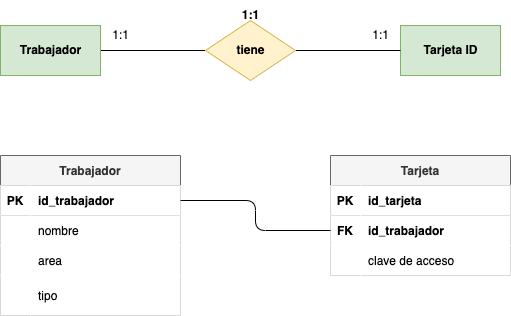
deylansystem/actividadesBAE keeps this draw.io diagram as tareas/tarea-3/images/ejercicio3.drawio.png. Above is the earlier version. Source tidied: cells renumbered, new cells last; positions are measured from the earlier drawing's top-left corner, leaving out a move shared by most shapes. Source of this version:
```xml
<mxGraphModel>
  <root>
    <mxCell id="0" />
    <mxCell id="1" parent="0" />
    <mxCell id="2" style="edgeStyle=none;html=1;exitX=1;exitY=0.5;exitDx=0;exitDy=0;entryX=0;entryY=0.5;entryDx=0;entryDy=0;endArrow=none;endFill=0;" parent="1" edge="1" source="3" target="6">
      <mxGeometry relative="1" as="geometry" />
    </mxCell>
    <mxCell id="3" value="&lt;b&gt;&lt;font color=&quot;#000000&quot;&gt;Trabajador&lt;/font&gt;&lt;/b&gt;" style="html=1;dashed=0;whitespace=wrap;fillColor=#d5e8d4;strokeColor=#82b366;" parent="1" vertex="1">
      <mxGeometry y="25" width="100" height="50" as="geometry" />
    </mxCell>
    <mxCell id="4" value="&lt;b&gt;&lt;font color=&quot;#000000&quot;&gt;Tarjeta ID&lt;/font&gt;&lt;/b&gt;" style="html=1;dashed=0;whitespace=wrap;fillColor=#d5e8d4;strokeColor=#82b366;" parent="1" vertex="1">
      <mxGeometry x="400" y="25" width="100" height="50" as="geometry" />
    </mxCell>
    <mxCell id="5" style="edgeStyle=none;html=1;exitX=1;exitY=0.5;exitDx=0;exitDy=0;entryX=0;entryY=0.5;entryDx=0;entryDy=0;endArrow=none;endFill=0;" parent="1" edge="1" source="6" target="4">
      <mxGeometry relative="1" as="geometry" />
    </mxCell>
    <mxCell id="6" value="&lt;font color=&quot;#000000&quot;&gt;&lt;b&gt;tiene&lt;/b&gt;&lt;/font&gt;" style="shape=rhombus;html=1;dashed=0;whitespace=wrap;perimeter=rhombusPerimeter;fillColor=#fff2cc;strokeColor=#d6b656;" parent="1" vertex="1">
      <mxGeometry x="205" y="20" width="90" height="60" as="geometry" />
    </mxCell>
    <mxCell id="7" value="&lt;b&gt;1:1&lt;/b&gt;" style="text;html=1;align=center;verticalAlign=middle;strokeColor=none;fillColor=none;" parent="1" vertex="1">
      <mxGeometry x="230" width="40" height="30" as="geometry" />
    </mxCell>
    <mxCell id="8" value="1:1" style="text;html=1;align=center;verticalAlign=middle;strokeColor=none;fillColor=none;" parent="1" vertex="1">
      <mxGeometry x="100" y="20" width="40" height="30" as="geometry" />
    </mxCell>
    <mxCell id="9" value="1:1" style="text;html=1;align=center;verticalAlign=middle;strokeColor=none;fillColor=none;" parent="1" vertex="1">
      <mxGeometry x="360" y="20" width="40" height="30" as="geometry" />
    </mxCell>
    <mxCell id="10" value="Trabajador" style="shape=table;startSize=30;rowLines=0;fontStyle=1;align=center;fillColor=#f5f5f5;strokeColor=#666666;fontColor=#333333;" parent="1" vertex="1">
      <mxGeometry y="155" width="180" height="160" as="geometry" />
    </mxCell>
    <mxCell id="11" style="shape=tableRow;horizontal=0;startSize=0;swimlaneHead=0;swimlaneBody=0;fillColor=#FFFFFF;points=[[0,0.5],[1,0.5]];portConstraint=eastwest;top=0;left=0;right=0;bottom=1;fontColor=#000000;" parent="10" vertex="1">
      <mxGeometry y="30" width="180" height="30" as="geometry" />
    </mxCell>
    <mxCell id="12" value="PK" style="shape=partialRectangle;fillColor=#FFFFFF;top=0;left=0;bottom=0;right=0;fontStyle=1;overflow=hidden;fontColor=#000000;" parent="11" vertex="1">
      <mxGeometry width="30" height="30" as="geometry" />
    </mxCell>
    <mxCell id="13" value="id_trabajador" style="shape=partialRectangle;fillColor=#FFFFFF;top=0;left=0;bottom=0;right=0;align=left;spacingLeft=6;fontStyle=1;overflow=hidden;fontColor=#000000;" parent="11" vertex="1">
      <mxGeometry x="30" width="150" height="30" as="geometry" />
    </mxCell>
    <mxCell id="14" style="shape=tableRow;horizontal=0;startSize=0;swimlaneHead=0;swimlaneBody=0;fillColor=#FFFFFF;top=0;left=0;right=0;bottom=0;fontColor=#000000;" parent="10" vertex="1">
      <mxGeometry y="60" width="180" height="30" as="geometry" />
    </mxCell>
    <mxCell id="15" style="shape=partialRectangle;fillColor=#FFFFFF;top=0;left=0;bottom=0;right=0;overflow=hidden;fontColor=#000000;" parent="14" vertex="1">
      <mxGeometry width="30" height="30" as="geometry" />
    </mxCell>
    <mxCell id="16" value="nombre" style="shape=partialRectangle;fillColor=#FFFFFF;top=0;left=0;bottom=0;right=0;align=left;spacingLeft=6;overflow=hidden;fontColor=#000000;" parent="14" vertex="1">
      <mxGeometry x="30" width="150" height="30" as="geometry" />
    </mxCell>
    <mxCell id="17" style="shape=tableRow;horizontal=0;startSize=0;swimlaneHead=0;swimlaneBody=0;fillColor=#FFFFFF;top=0;left=0;right=0;bottom=0;fontColor=#000000;" parent="10" vertex="1">
      <mxGeometry y="90" width="180" height="30" as="geometry" />
    </mxCell>
    <mxCell id="18" style="shape=partialRectangle;fillColor=#FFFFFF;top=0;left=0;bottom=0;right=0;overflow=hidden;fontColor=#000000;" parent="17" vertex="1">
      <mxGeometry width="30" height="30" as="geometry" />
    </mxCell>
    <mxCell id="19" value="area" style="shape=partialRectangle;fillColor=#FFFFFF;top=0;left=0;bottom=0;right=0;align=left;spacingLeft=6;overflow=hidden;fontColor=#000000;" parent="17" vertex="1">
      <mxGeometry x="30" width="150" height="30" as="geometry" />
    </mxCell>
    <mxCell id="20" style="shape=tableRow;horizontal=0;startSize=0;swimlaneHead=0;swimlaneBody=0;fillColor=#FFFFFF;top=0;left=0;right=0;bottom=0;fontColor=#000000;" parent="10" vertex="1">
      <mxGeometry y="120" width="180" height="40" as="geometry" />
    </mxCell>
    <mxCell id="21" style="shape=partialRectangle;fillColor=#FFFFFF;top=0;left=0;bottom=0;right=0;overflow=hidden;fontColor=#000000;" parent="20" vertex="1">
      <mxGeometry width="30" height="40" as="geometry" />
    </mxCell>
    <mxCell id="22" value="tipo" style="shape=partialRectangle;fillColor=#FFFFFF;top=0;left=0;bottom=0;right=0;align=left;spacingLeft=6;overflow=hidden;fontColor=#000000;" parent="20" vertex="1">
      <mxGeometry x="30" width="150" height="40" as="geometry" />
    </mxCell>
    <mxCell id="23" value="Tarjeta" style="shape=table;startSize=30;rowLines=0;fontStyle=1;align=center;fontColor=#333333;fillColor=#f5f5f5;strokeColor=#666666;" parent="1" vertex="1">
      <mxGeometry x="330" y="155" width="180" height="120" as="geometry" />
    </mxCell>
    <mxCell id="24" style="shape=tableRow;horizontal=0;startSize=0;swimlaneHead=0;swimlaneBody=0;fillColor=#FFFFFF;top=0;left=0;right=0;bottom=1;fontColor=#000000;" parent="23" vertex="1">
      <mxGeometry y="30" width="180" height="30" as="geometry" />
    </mxCell>
    <mxCell id="25" value="PK" style="shape=partialRectangle;fillColor=#FFFFFF;top=0;left=0;bottom=0;right=0;fontStyle=1;overflow=hidden;fontColor=#000000;" parent="24" vertex="1">
      <mxGeometry width="30" height="30" as="geometry" />
    </mxCell>
    <mxCell id="26" value="id_tarjeta" style="shape=partialRectangle;fillColor=#FFFFFF;top=0;left=0;bottom=0;right=0;align=left;spacingLeft=6;fontStyle=1;overflow=hidden;fontColor=#000000;" parent="24" vertex="1">
      <mxGeometry x="30" width="150" height="30" as="geometry" />
    </mxCell>
    <mxCell id="27" style="shape=tableRow;horizontal=0;startSize=0;swimlaneHead=0;swimlaneBody=0;fillColor=#FFFFFF;points=[[0,0.5],[1,0.5]];portConstraint=eastwest;top=0;left=0;right=0;bottom=0;fontColor=#000000;" parent="23" vertex="1">
      <mxGeometry y="60" width="180" height="30" as="geometry" />
    </mxCell>
    <mxCell id="28" value="FK" style="shape=partialRectangle;fillColor=#FFFFFF;top=0;left=0;bottom=0;right=0;overflow=hidden;fontColor=#000000;fontStyle=1;" parent="27" vertex="1">
      <mxGeometry width="30" height="30" as="geometry" />
    </mxCell>
    <mxCell id="29" value="id_trabajador" style="shape=partialRectangle;fillColor=#FFFFFF;top=0;left=0;bottom=0;right=0;align=left;spacingLeft=6;overflow=hidden;fontColor=#000000;fontStyle=1;" parent="27" vertex="1">
      <mxGeometry x="30" width="150" height="30" as="geometry" />
    </mxCell>
    <mxCell id="30" style="shape=tableRow;horizontal=0;startSize=0;swimlaneHead=0;swimlaneBody=0;fillColor=#FFFFFF;top=0;left=0;right=0;bottom=0;fontColor=#000000;" parent="23" vertex="1">
      <mxGeometry y="90" width="180" height="30" as="geometry" />
    </mxCell>
    <mxCell id="31" style="shape=partialRectangle;fillColor=#FFFFFF;top=0;left=0;bottom=0;right=0;overflow=hidden;fontColor=#000000;" parent="30" vertex="1">
      <mxGeometry width="30" height="30" as="geometry" />
    </mxCell>
    <mxCell id="32" value="clave de acceso" style="shape=partialRectangle;fillColor=#FFFFFF;top=0;left=0;bottom=0;right=0;align=left;spacingLeft=6;overflow=hidden;fontColor=#000000;" parent="30" vertex="1">
      <mxGeometry x="30" width="150" height="30" as="geometry" />
    </mxCell>
    <mxCell id="33" style="edgeStyle=orthogonalEdgeStyle;html=1;exitX=1;exitY=0.5;exitDx=0;exitDy=0;entryX=0;entryY=0.5;entryDx=0;entryDy=0;fontColor=#000000;endArrow=none;endFill=0;" parent="1" edge="1" source="11" target="27">
      <mxGeometry relative="1" as="geometry" />
    </mxCell>
  </root>
</mxGraphModel>
```
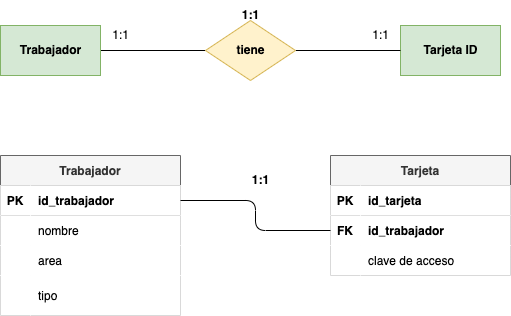
The same file after the commit.

The edit, as a diff of the source:
```diff
@@ -98,5 +98,8 @@
     <mxCell id="33" style="edgeStyle=orthogonalEdgeStyle;html=1;exitX=1;exitY=0.5;exitDx=0;exitDy=0;entryX=0;entryY=0.5;entryDx=0;entryDy=0;fontColor=#000000;endArrow=none;endFill=0;" parent="1" edge="1" source="11" target="27">
       <mxGeometry relative="1" as="geometry" />
     </mxCell>
+    <mxCell id="34" value="1:1" style="text;html=1;align=center;verticalAlign=middle;strokeColor=none;fillColor=none;fontStyle=1;" parent="1" vertex="1">
+      <mxGeometry x="240" y="165" width="40" height="30" as="geometry" />
+    </mxCell>
   </root>
 </mxGraphModel>
```
